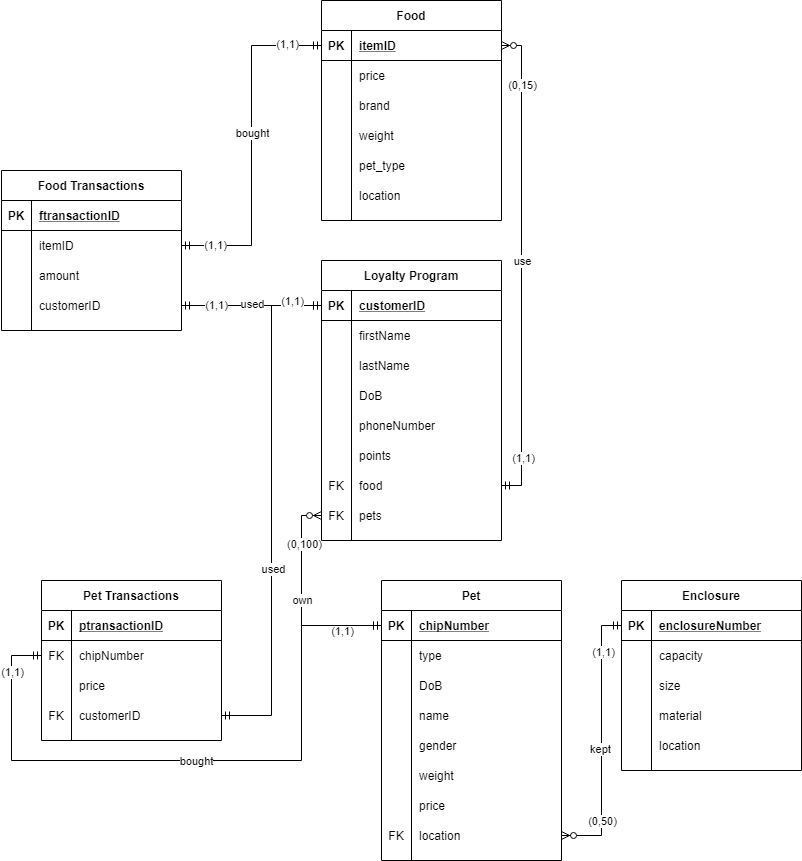
The draw.io diagram Lab2/Lab2.png in chadhardin/IST-210, before a commit. Source tidied: cells renumbered, new cells last; positions are measured from the earlier drawing's top-left corner, leaving out a move shared by most shapes.
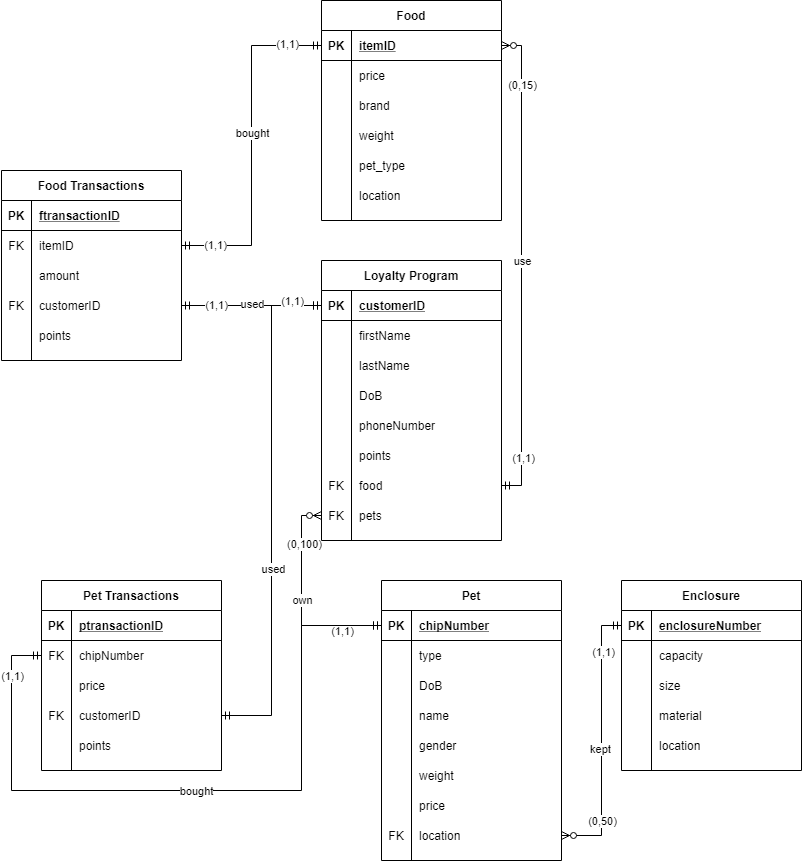
The same diagram one commit later.

What changed in the source:
```diff
@@ -273,8 +273,8 @@
       <mxGeometry relative="1" as="geometry">
         <Array as="points">
           <mxPoint x="300" y="625" />
-          <mxPoint x="300" y="760" />
-          <mxPoint x="10" y="760" />
+          <mxPoint x="300" y="790" />
+          <mxPoint x="10" y="790" />
           <mxPoint x="10" y="655" />
         </Array>
       </mxGeometry>
@@ -288,7 +288,7 @@
       <mxGeometry x="0.86" relative="1" as="geometry" />
     </mxCell>
     <mxCell id="86" value="Pet Transactions" style="shape=table;startSize=30;rowLines=0;fontStyle=1;align=center;" parent="1" vertex="1">
-      <mxGeometry x="40" y="580" width="180" height="160" as="geometry" />
+      <mxGeometry x="40" y="580" width="180" height="190" as="geometry" />
     </mxCell>
     <mxCell id="87" style="shape=partialRectangle;fillColor=none;top=0;left=0;bottom=1;right=0;" parent="86" vertex="1">
       <mxGeometry y="30" width="180" height="30" as="geometry" />
@@ -326,6 +326,15 @@
     <mxCell id="98" value="customerID" style="shape=partialRectangle;fillColor=none;top=0;left=0;bottom=0;right=0;align=left;spacingLeft=6;overflow=hidden;" parent="96" vertex="1">
       <mxGeometry x="30" width="150" height="30" as="geometry" />
     </mxCell>
+    <mxCell id="138" style="shape=partialRectangle;fillColor=none;top=0;left=0;bottom=0;right=0;" parent="86" vertex="1">
+      <mxGeometry y="150" width="180" height="30" as="geometry" />
+    </mxCell>
+    <mxCell id="139" style="shape=partialRectangle;fillColor=none;top=0;left=0;bottom=0;right=0;overflow=hidden;" parent="138" vertex="1">
+      <mxGeometry width="30" height="30" as="geometry" />
+    </mxCell>
+    <mxCell id="140" value="points" style="shape=partialRectangle;fillColor=none;top=0;left=0;bottom=0;right=0;align=left;spacingLeft=6;overflow=hidden;" parent="138" vertex="1">
+      <mxGeometry x="30" width="150" height="30" as="geometry" />
+    </mxCell>
     <mxCell id="99" style="edgeStyle=orthogonalEdgeStyle;rounded=0;jettySize=auto;html=1;exitX=0;exitY=0.5;exitDx=0;exitDy=0;entryX=1;entryY=0.5;entryDx=0;entryDy=0;startArrow=ERmandOne;startFill=0;endArrow=ERmandOne;endFill=0;" parent="1" edge="1" source="34" target="96">
       <mxGeometry relative="1" as="geometry" />
     </mxCell>
@@ -363,7 +372,7 @@
       </mxGeometry>
     </mxCell>
     <mxCell id="109" value="Food Transactions" style="shape=table;startSize=30;rowLines=0;fontStyle=1;align=center;" parent="1" vertex="1">
-      <mxGeometry y="170" width="180" height="160" as="geometry" />
+      <mxGeometry y="170" width="180" height="190" as="geometry" />
     </mxCell>
     <mxCell id="110" style="shape=partialRectangle;fillColor=none;top=0;left=0;bottom=1;right=0;" parent="109" vertex="1">
       <mxGeometry y="30" width="180" height="30" as="geometry" />
@@ -377,7 +386,7 @@
     <mxCell id="113" style="shape=partialRectangle;fillColor=none;top=0;left=0;bottom=0;right=0;points=[[0,0.5],[1,0.5]];portConstraint=eastwest;" parent="109" vertex="1">
       <mxGeometry y="60" width="180" height="30" as="geometry" />
     </mxCell>
-    <mxCell id="114" style="shape=partialRectangle;fillColor=none;top=0;left=0;bottom=0;right=0;overflow=hidden;" parent="113" vertex="1">
+    <mxCell id="114" value="FK" style="shape=partialRectangle;fillColor=none;top=0;left=0;bottom=0;right=0;overflow=hidden;" parent="113" vertex="1">
       <mxGeometry width="30" height="30" as="geometry" />
     </mxCell>
     <mxCell id="115" value="itemID" style="shape=partialRectangle;fillColor=none;top=0;left=0;bottom=0;right=0;align=left;spacingLeft=6;overflow=hidden;" parent="113" vertex="1">
@@ -395,12 +404,21 @@
     <mxCell id="119" style="shape=partialRectangle;fillColor=none;top=0;left=0;bottom=0;right=0;points=[[0,0.5],[1,0.5]];portConstraint=eastwest;" parent="109" vertex="1">
       <mxGeometry y="120" width="180" height="30" as="geometry" />
     </mxCell>
-    <mxCell id="120" style="shape=partialRectangle;fillColor=none;top=0;left=0;bottom=0;right=0;overflow=hidden;" parent="119" vertex="1">
+    <mxCell id="120" value="FK" style="shape=partialRectangle;fillColor=none;top=0;left=0;bottom=0;right=0;overflow=hidden;" parent="119" vertex="1">
       <mxGeometry width="30" height="30" as="geometry" />
     </mxCell>
     <mxCell id="121" value="customerID" style="shape=partialRectangle;fillColor=none;top=0;left=0;bottom=0;right=0;align=left;spacingLeft=6;overflow=hidden;" parent="119" vertex="1">
       <mxGeometry x="30" width="150" height="30" as="geometry" />
     </mxCell>
+    <mxCell id="141" style="shape=partialRectangle;fillColor=none;top=0;left=0;bottom=0;right=0;" parent="109" vertex="1">
+      <mxGeometry y="150" width="180" height="30" as="geometry" />
+    </mxCell>
+    <mxCell id="142" style="shape=partialRectangle;fillColor=none;top=0;left=0;bottom=0;right=0;overflow=hidden;" parent="141" vertex="1">
+      <mxGeometry width="30" height="30" as="geometry" />
+    </mxCell>
+    <mxCell id="143" value="points" style="shape=partialRectangle;fillColor=none;top=0;left=0;bottom=0;right=0;align=left;spacingLeft=6;overflow=hidden;" parent="141" vertex="1">
+      <mxGeometry x="30" width="150" height="30" as="geometry" />
+    </mxCell>
     <mxCell id="122" value="Enclosure" style="shape=table;startSize=30;rowLines=0;fontStyle=1;align=center;" parent="1" vertex="1">
       <mxGeometry x="620" y="580" width="180" height="190" as="geometry" />
     </mxCell>
```
